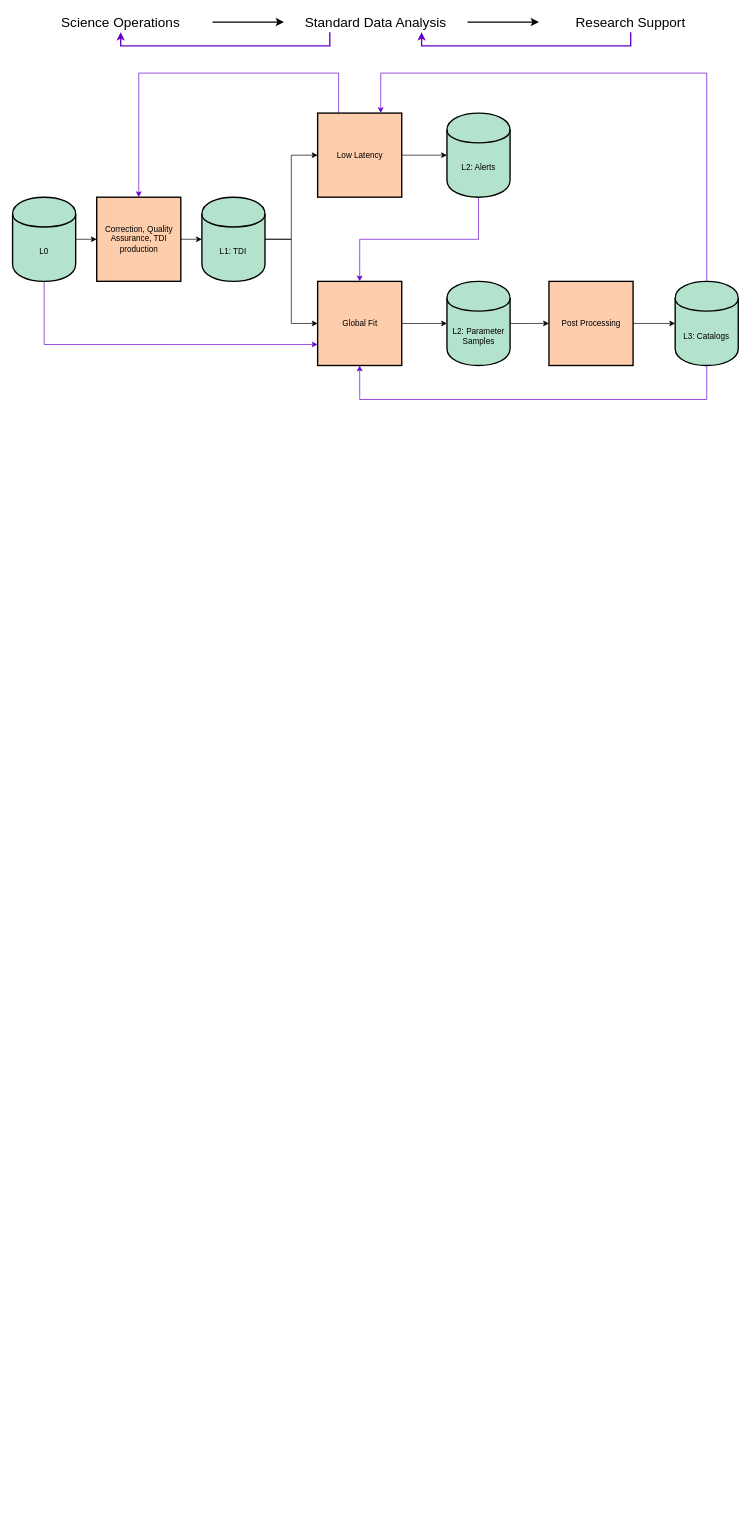
Before: page "Overview" (1 of 4) of LISADataFlow.drawio in tlittenberg/ldasoft, a draw.io diagram. Source tidied: cells renumbered, new cells numbered last; positions are measured from the earlier drawing's top-left corner, leaving out a move shared by most shapes. Both pictures are drawn from the tidied source at 68%, with x=0, y=0 at pixel (12, 12).
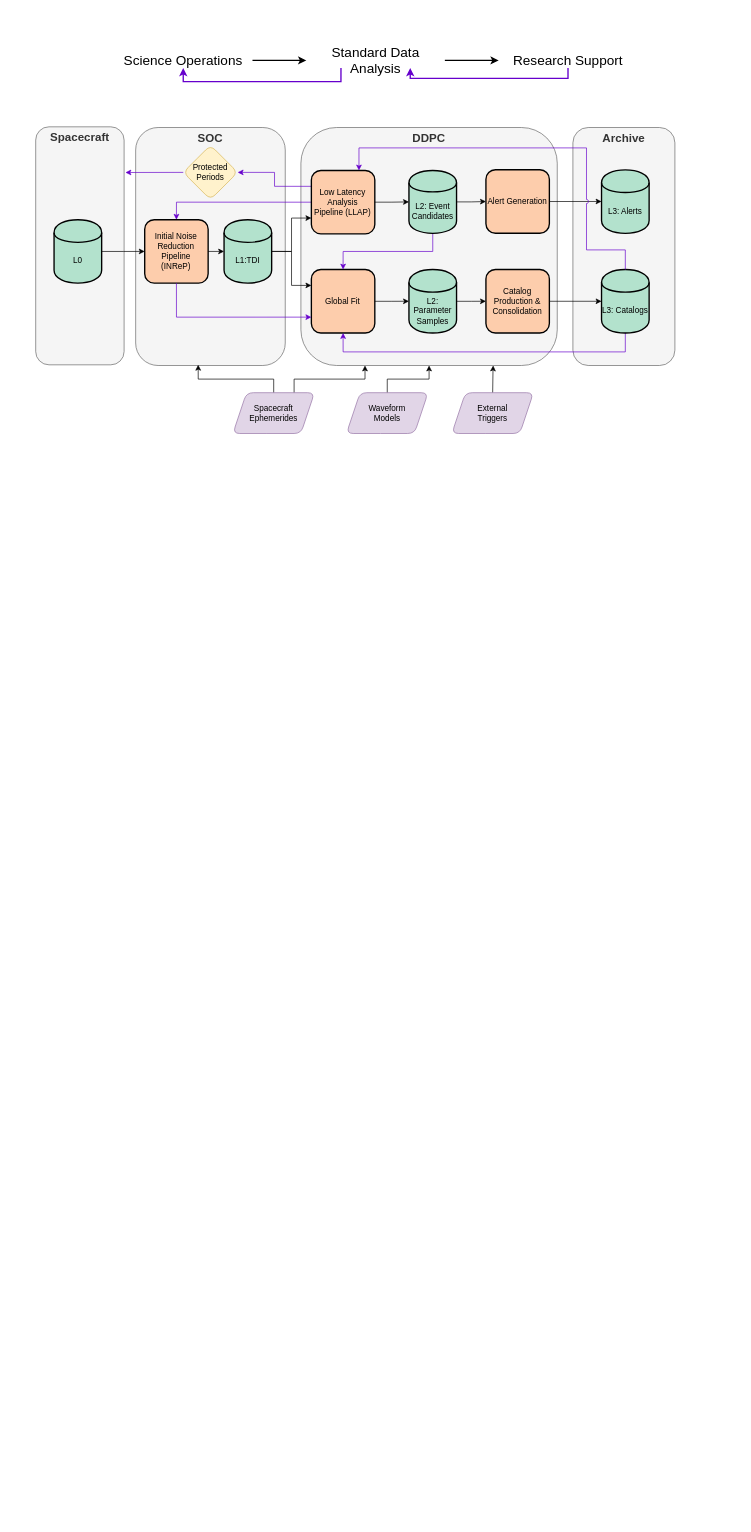
Above is the later version.

The edit, as a diff of the source:
```diff
@@
+    <mxCell id="32" value="Archive" style="rounded=1;whiteSpace=wrap;html=1;fillColor=#f5f5f5;strokeColor=#666666;fontColor=#333333;verticalAlign=top;fontSize=17;fontStyle=1;" parent="1" vertex="1">
+      <mxGeometry x="824" y="170" width="150" height="350" as="geometry" />
+    </mxCell>
+    <mxCell id="33" value="Spacecraft" style="rounded=1;whiteSpace=wrap;html=1;fillColor=#f5f5f5;strokeColor=#666666;fontColor=#333333;verticalAlign=top;fontSize=17;fontStyle=1;" parent="1" vertex="1">
+      <mxGeometry x="34" y="169" width="130" height="350" as="geometry" />
+    </mxCell>
@@
-    <mxCell id="3" style="edgeStyle=orthogonalEdgeStyle;rounded=0;jettySize=auto;html=1;entryX=0;entryY=0.5;entryDx=0;entryDy=0;fontSize=20;strokeColor=#000000;strokeWidth=2;" parent="1" edge="1" source="4" target="7">
-      <mxGeometry relative="1" as="geometry" />
-    </mxCell>
     <mxCell id="4" value="Science Operations" style="text;html=1;strokeColor=none;fillColor=none;align=center;verticalAlign=middle;whiteSpace=wrap;rounded=0;fontSize=20;" parent="1" vertex="1">
-      <mxGeometry x="24" width="270" height="30" as="geometry" />
+      <mxGeometry x="149.1" y="60" width="203.7" height="22.6" as="geometry" />
     </mxCell>
-    <mxCell id="5" style="edgeStyle=orthogonalEdgeStyle;rounded=0;jettySize=auto;html=1;entryX=0;entryY=0.5;entryDx=0;entryDy=0;fontSize=20;strokeColor=#000000;strokeWidth=2;" parent="1" edge="1" source="7" target="9">
-      <mxGeometry relative="1" as="geometry" />
-    </mxCell>
@@
     <mxCell id="7" value="Standard Data Analysis" style="text;html=1;strokeColor=none;fillColor=none;align=center;verticalAlign=middle;whiteSpace=wrap;rounded=0;fontSize=20;" parent="1" vertex="1">
-      <mxGeometry x="399" width="270" height="30" as="geometry" />
+      <mxGeometry x="432" y="60" width="203.7" height="22.6" as="geometry" />
     </mxCell>
+    <mxCell id="3" style="edgeStyle=orthogonalEdgeStyle;rounded=0;jettySize=auto;html=1;entryX=0;entryY=0.5;entryDx=0;entryDy=0;fontSize=20;strokeColor=#000000;strokeWidth=2;" parent="1" edge="1" source="4" target="7">
+      <mxGeometry relative="1" as="geometry" />
+    </mxCell>
     <mxCell id="8" style="edgeStyle=orthogonalEdgeStyle;rounded=0;jettySize=auto;html=1;entryX=0.75;entryY=1;entryDx=0;entryDy=0;fontSize=20;strokeColor=#6600CC;strokeWidth=2;" parent="1" edge="1" source="9" target="7">
       <mxGeometry relative="1" as="geometry">
         <Array as="points">
-          <mxPoint x="909" y="50" />
-          <mxPoint x="602" y="50" />
+          <mxPoint x="816.7" y="97.7" />
+          <mxPoint x="585.1" y="97.7" />
         </Array>
       </mxGeometry>
     </mxCell>
     <mxCell id="9" value="Research Support" style="text;html=1;strokeColor=none;fillColor=none;align=center;verticalAlign=middle;whiteSpace=wrap;rounded=0;fontSize=20;" parent="1" vertex="1">
-      <mxGeometry x="774" width="270" height="30" as="geometry" />
+      <mxGeometry x="714.9" y="60" width="203.7" height="22.6" as="geometry" />
     </mxCell>
+    <mxCell id="5" style="edgeStyle=orthogonalEdgeStyle;rounded=0;jettySize=auto;html=1;entryX=0;entryY=0.5;entryDx=0;entryDy=0;fontSize=20;strokeColor=#000000;strokeWidth=2;" parent="1" edge="1" source="7" target="9">
+      <mxGeometry relative="1" as="geometry" />
+    </mxCell>
+    <mxCell id="34" style="edgeStyle=orthogonalEdgeStyle;rounded=0;jumpStyle=arc;jettySize=auto;html=1;exitX=0.5;exitY=0;exitDx=0;exitDy=0;entryX=0.5;entryY=1;entryDx=0;entryDy=0;strokeColor=#000000;" parent="1" edge="1" source="35" target="38">
+      <mxGeometry relative="1" as="geometry" />
+    </mxCell>
+    <mxCell id="35" value="Waveform &lt;br&gt;Models" style="shape=parallelogram;perimeter=parallelogramPerimeter;whiteSpace=wrap;html=1;fixedSize=1;rounded=1;fillColor=#e1d5e7;strokeColor=#9673a6;" parent="1" vertex="1">
+      <mxGeometry x="491" y="560" width="120" height="60" as="geometry" />
+    </mxCell>
+    <mxCell id="36" style="edgeStyle=orthogonalEdgeStyle;rounded=0;jumpStyle=arc;jettySize=auto;html=1;exitX=0.5;exitY=0;exitDx=0;exitDy=0;entryX=0.75;entryY=1;entryDx=0;entryDy=0;strokeColor=#000000;" parent="1" edge="1" source="37" target="38">
+      <mxGeometry relative="1" as="geometry" />
+    </mxCell>
+    <mxCell id="37" value="External &lt;br&gt;Triggers" style="shape=parallelogram;perimeter=parallelogramPerimeter;whiteSpace=wrap;html=1;fixedSize=1;rounded=1;fillColor=#e1d5e7;strokeColor=#9673a6;" parent="1" vertex="1">
+      <mxGeometry x="646" y="560" width="120" height="60" as="geometry" />
+    </mxCell>
+    <mxCell id="38" value="DDPC" style="rounded=1;whiteSpace=wrap;html=1;fillColor=#f5f5f5;strokeColor=#666666;fontColor=#333333;verticalAlign=top;fontSize=17;fontStyle=1;" parent="1" vertex="1">
+      <mxGeometry x="424" y="170" width="377" height="350" as="geometry" />
+    </mxCell>
+    <mxCell id="39" value="SOC" style="rounded=1;whiteSpace=wrap;html=1;fillColor=#f5f5f5;strokeColor=#666666;fontColor=#333333;verticalAlign=top;fontSize=17;fontStyle=1;" parent="1" vertex="1">
+      <mxGeometry x="181" y="170" width="220" height="350" as="geometry" />
+    </mxCell>
-    <mxCell id="10" value="Correction, Quality Assurance, TDI production" style="whiteSpace=wrap;html=1;fillColor=#fdcdac;strokeWidth=2;" parent="1" vertex="1">
-      <mxGeometry x="123.7" y="272.5" width="123.7" height="123.7" as="geometry" />
+    <mxCell id="10" value="Initial Noise Reduction Pipeline &lt;br&gt;(INReP)" style="whiteSpace=wrap;html=1;fillColor=#fdcdac;strokeWidth=2;rounded=1;" parent="1" vertex="1">
+      <mxGeometry x="194.3" y="305.6" width="93.3" height="93.3" as="geometry" />
     </mxCell>
-    <mxCell id="11" value="Global Fit" style="whiteSpace=wrap;html=1;fillColor=#fdcdac;strokeWidth=2;" parent="1" vertex="1">
-      <mxGeometry x="448.6" y="396.3" width="123.7" height="123.7" as="geometry" />
+    <mxCell id="11" value="Global Fit" style="whiteSpace=wrap;html=1;fillColor=#fdcdac;strokeWidth=2;rounded=1;" parent="1" vertex="1">
+      <mxGeometry x="439.4" y="378.9" width="93.3" height="93.3" as="geometry" />
     </mxCell>
     <mxCell id="12" value="L2: Parameter Samples" style="shape=cylinder;whiteSpace=wrap;html=1;boundedLbl=1;backgroundOutline=1;fillColor=#b3e2cd;strokeWidth=2;" parent="1" vertex="1">
-      <mxGeometry x="638.8" y="396.3" width="92.8" height="123.7" as="geometry" />
+      <mxGeometry x="582.9" y="378.9" width="70" height="93.3" as="geometry" />
     </mxCell>
     <mxCell id="13" style="edgeStyle=orthogonalEdgeStyle;rounded=0;jettySize=auto;html=1;entryX=0;entryY=0.5;entryDx=0;entryDy=0;" parent="1" edge="1" source="11" target="12">
-      <mxGeometry x="16" y="160" as="geometry" />
+      <mxGeometry x="117" y="237.9" as="geometry" />
     </mxCell>
+    <mxCell id="15" style="edgeStyle=orthogonalEdgeStyle;rounded=0;jettySize=auto;html=1;entryX=0.5;entryY=0;entryDx=0;entryDy=0;exitX=0.5;exitY=1;exitDx=0;exitDy=0;strokeColor=#6600CC;" parent="1" edge="1" source="17" target="11">
+      <mxGeometry x="117" y="237.9" as="geometry" />
+    </mxCell>
+    <mxCell id="40" style="edgeStyle=orthogonalEdgeStyle;rounded=0;jumpStyle=arc;jettySize=auto;html=1;exitX=0;exitY=0.25;exitDx=0;exitDy=0;strokeColor=#6600CC;fontSize=12;fontColor=#6600CC;" parent="1" edge="1" source="16" target="50">
+      <mxGeometry relative="1" as="geometry" />
+    </mxCell>
-    <mxCell id="14" style="edgeStyle=orthogonalEdgeStyle;rounded=0;jettySize=auto;html=1;entryX=0.5;entryY=0;entryDx=0;entryDy=0;exitX=0.25;exitY=0;exitDx=0;exitDy=0;strokeColor=#6600CC;" parent="1" edge="1" source="16" target="10">
-      <mxGeometry x="16" y="160" as="geometry">
-        <Array as="points">
-          <mxPoint x="479.5" y="90" />
-          <mxPoint x="185.6" y="90" />
-        </Array>
-      </mxGeometry>
+    <mxCell id="14" style="edgeStyle=orthogonalEdgeStyle;rounded=0;jumpStyle=arc;jettySize=auto;html=1;exitX=0;exitY=0.5;exitDx=0;exitDy=0;entryX=0.5;entryY=0;entryDx=0;entryDy=0;strokeColor=#6600CC;fontSize=12;fontColor=#6600CC;" parent="1" edge="1" source="16" target="10">
+      <mxGeometry relative="1" as="geometry" />
     </mxCell>
-    <mxCell id="15" style="edgeStyle=orthogonalEdgeStyle;rounded=0;jettySize=auto;html=1;entryX=0.5;entryY=0;entryDx=0;entryDy=0;exitX=0.5;exitY=1;exitDx=0;exitDy=0;strokeColor=#6600CC;" parent="1" edge="1" source="17" target="11">
-      <mxGeometry x="16" y="160" as="geometry" />
-    </mxCell>
-    <mxCell id="16" value="Low Latency" style="whiteSpace=wrap;html=1;fillColor=#fdcdac;strokeWidth=2;" parent="1" vertex="1">
-      <mxGeometry x="448.6" y="148.8" width="123.7" height="123.7" as="geometry" />
+    <mxCell id="16" value="Low Latency Analysis &lt;br&gt;Pipeline (LLAP)" style="whiteSpace=wrap;html=1;fillColor=#fdcdac;strokeWidth=2;rounded=1;" parent="1" vertex="1">
+      <mxGeometry x="439.4" y="233.2" width="93.3" height="93.3" as="geometry" />
     </mxCell>
-    <mxCell id="17" value="L2: Alerts" style="shape=cylinder;whiteSpace=wrap;html=1;boundedLbl=1;backgroundOutline=1;fillColor=#b3e2cd;strokeWidth=2;" parent="1" vertex="1">
-      <mxGeometry x="638.8" y="148.8" width="92.8" height="123.7" as="geometry" />
+    <mxCell id="17" value="L2:&amp;nbsp;Event Candidates" style="shape=cylinder;whiteSpace=wrap;html=1;boundedLbl=1;backgroundOutline=1;fillColor=#b3e2cd;strokeWidth=2;" parent="1" vertex="1">
+      <mxGeometry x="582.9" y="233.2" width="70" height="92.4" as="geometry" />
     </mxCell>
     <mxCell id="18" style="edgeStyle=orthogonalEdgeStyle;rounded=0;jettySize=auto;html=1;entryX=0;entryY=0.5;entryDx=0;entryDy=0;" parent="1" edge="1" source="16" target="17">
-      <mxGeometry x="16" y="160" as="geometry" />
+      <mxGeometry x="117" y="237.9" as="geometry" />
     </mxCell>
-    <mxCell id="19" style="edgeStyle=orthogonalEdgeStyle;rounded=0;jettySize=auto;html=1;entryX=0.75;entryY=0;entryDx=0;entryDy=0;exitX=0.5;exitY=0;exitDx=0;exitDy=0;strokeColor=#6600CC;" parent="1" edge="1" source="23" target="16">
-      <mxGeometry x="16" y="160" as="geometry">
-        <Array as="points">
-          <mxPoint x="1021" y="90" />
-          <mxPoint x="541" y="90" />
-        </Array>
-      </mxGeometry>
-    </mxCell>
-    <mxCell id="20" value="Post Processing" style="whiteSpace=wrap;html=1;fillColor=#fdcdac;strokeWidth=2;" parent="1" vertex="1">
-      <mxGeometry x="788.8" y="396.3" width="123.7" height="123.7" as="geometry" />
+    <mxCell id="20" value="Catalog Production &amp;amp; Consolidation" style="whiteSpace=wrap;html=1;fillColor=#fdcdac;strokeWidth=2;rounded=1;" parent="1" vertex="1">
+      <mxGeometry x="696.1" y="378.9" width="93.3" height="93.3" as="geometry" />
     </mxCell>
     <mxCell id="21" style="edgeStyle=orthogonalEdgeStyle;rounded=0;jettySize=auto;html=1;entryX=0;entryY=0.5;entryDx=0;entryDy=0;" parent="1" edge="1" source="12" target="20">
-      <mxGeometry x="16" y="160" as="geometry" />
+      <mxGeometry x="117" y="237.9" as="geometry" />
     </mxCell>
-    <mxCell id="22" style="edgeStyle=orthogonalEdgeStyle;rounded=0;jettySize=auto;html=1;entryX=0.5;entryY=1;entryDx=0;entryDy=0;fontSize=20;strokeColor=#6600CC;" parent="1" edge="1" source="23" target="11">
-      <mxGeometry x="16" y="160" as="geometry">
+    <mxCell id="22" style="edgeStyle=orthogonalEdgeStyle;rounded=0;jettySize=auto;html=1;entryX=0.5;entryY=1;entryDx=0;entryDy=0;fontSize=20;strokeColor=#6600CC;exitX=0.5;exitY=1;exitDx=0;exitDy=0;" parent="1" edge="1" source="23" target="11">
+      <mxGeometry x="117" y="237.9" as="geometry">
         <Array as="points">
-          <mxPoint x="1021" y="570" />
-          <mxPoint x="510" y="570" />
+          <mxPoint x="901" y="500" />
+          <mxPoint x="486" y="500" />
         </Array>
       </mxGeometry>
     </mxCell>
     <mxCell id="23" value="L3: Catalogs" style="shape=cylinder;whiteSpace=wrap;html=1;boundedLbl=1;backgroundOutline=1;fillColor=#b3e2cd;strokeWidth=2;" parent="1" vertex="1">
-      <mxGeometry x="974.4" y="396.3" width="92.8" height="123.7" as="geometry" />
+      <mxGeometry x="866.1" y="378.9" width="70" height="93.3" as="geometry" />
     </mxCell>
     <mxCell id="24" style="edgeStyle=orthogonalEdgeStyle;rounded=0;jettySize=auto;html=1;exitX=1;exitY=0.5;exitDx=0;exitDy=0;entryX=0;entryY=0.5;entryDx=0;entryDy=0;" parent="1" edge="1" source="20" target="23">
-      <mxGeometry x="16" y="160" as="geometry" />
+      <mxGeometry x="117" y="237.9" as="geometry" />
     </mxCell>
-    <mxCell id="25" style="edgeStyle=orthogonalEdgeStyle;rounded=0;jettySize=auto;html=1;exitX=1;exitY=0.5;exitDx=0;exitDy=0;entryX=0;entryY=0.5;entryDx=0;entryDy=0;" parent="1" edge="1" source="27" target="16">
-      <mxGeometry x="16" y="160" as="geometry" />
+    <mxCell id="25" style="edgeStyle=orthogonalEdgeStyle;rounded=0;jettySize=auto;html=1;exitX=1;exitY=0.5;exitDx=0;exitDy=0;entryX=0;entryY=0.75;entryDx=0;entryDy=0;" parent="1" edge="1" source="27" target="16">
+      <mxGeometry x="117" y="237.9" as="geometry" />
     </mxCell>
-    <mxCell id="26" style="edgeStyle=orthogonalEdgeStyle;rounded=0;jettySize=auto;html=1;exitX=1;exitY=0.5;exitDx=0;exitDy=0;entryX=0;entryY=0.5;entryDx=0;entryDy=0;" parent="1" edge="1" source="27" target="11">
-      <mxGeometry x="16" y="160" as="geometry" />
+    <mxCell id="26" style="edgeStyle=orthogonalEdgeStyle;rounded=0;jumpStyle=arc;jettySize=auto;html=1;exitX=1;exitY=0.5;exitDx=0;exitDy=0;entryX=0;entryY=0.25;entryDx=0;entryDy=0;" parent="1" edge="1" source="27" target="11">
+      <mxGeometry relative="1" as="geometry" />
     </mxCell>
-    <mxCell id="27" value="L1: TDI" style="shape=cylinder;whiteSpace=wrap;html=1;boundedLbl=1;backgroundOutline=1;fillColor=#b3e2cd;strokeWidth=2;" parent="1" vertex="1">
-      <mxGeometry x="278.4" y="272.5" width="92.8" height="123.7" as="geometry" />
+    <mxCell id="27" value="L1:TDI" style="shape=cylinder;whiteSpace=wrap;html=1;boundedLbl=1;backgroundOutline=1;fillColor=#b3e2cd;strokeWidth=2;" parent="1" vertex="1">
+      <mxGeometry x="311" y="305.6" width="70" height="93.3" as="geometry" />
     </mxCell>
     <mxCell id="28" style="edgeStyle=orthogonalEdgeStyle;rounded=0;jettySize=auto;html=1;exitX=1;exitY=0.5;exitDx=0;exitDy=0;entryX=0;entryY=0.5;entryDx=0;entryDy=0;" parent="1" edge="1" source="10" target="27">
-      <mxGeometry x="16" y="160" as="geometry" />
+      <mxGeometry x="117" y="237.9" as="geometry" />
     </mxCell>
     <mxCell id="29" style="edgeStyle=orthogonalEdgeStyle;rounded=0;jettySize=auto;html=1;entryX=0;entryY=0.5;entryDx=0;entryDy=0;" parent="1" edge="1" source="31" target="10">
-      <mxGeometry x="16" y="160" as="geometry" />
+      <mxGeometry x="117" y="237.9" as="geometry" />
     </mxCell>
-    <mxCell id="30" style="edgeStyle=orthogonalEdgeStyle;rounded=0;jettySize=auto;html=1;entryX=0;entryY=0.75;entryDx=0;entryDy=0;fontSize=24;strokeColor=#6600CC;" parent="1" edge="1" source="31" target="11">
-      <mxGeometry x="16" y="160" as="geometry">
-        <Array as="points">
-          <mxPoint x="46" y="489" />
-        </Array>
-      </mxGeometry>
-    </mxCell>
+    <mxCell id="41" style="edgeStyle=orthogonalEdgeStyle;rounded=0;jumpStyle=arc;jettySize=auto;html=1;exitX=0.5;exitY=1;exitDx=0;exitDy=0;entryX=0;entryY=0.75;entryDx=0;entryDy=0;fillColor=#6a00ff;strokeColor=#6600CC;" parent="1" edge="1" source="10" target="11">
+      <mxGeometry relative="1" as="geometry" />
+    </mxCell>
     <mxCell id="31" value="L0" style="shape=cylinder;whiteSpace=wrap;html=1;boundedLbl=1;backgroundOutline=1;fillColor=#b3e2cd;strokeWidth=2;" parent="1" vertex="1">
-      <mxGeometry y="272.5" width="92.8" height="123.7" as="geometry" />
+      <mxGeometry x="61" y="305.6" width="70" height="93.3" as="geometry" />
     </mxCell>
+    <mxCell id="42" value="L3: Alerts" style="shape=cylinder;whiteSpace=wrap;html=1;boundedLbl=1;backgroundOutline=1;fillColor=#b3e2cd;strokeWidth=2;" parent="1" vertex="1">
+      <mxGeometry x="866.1" y="232.4" width="70" height="93.3" as="geometry" />
+    </mxCell>
+    <mxCell id="43" value="Alert Generation" style="whiteSpace=wrap;html=1;fillColor=#fdcdac;strokeWidth=2;rounded=1;" parent="1" vertex="1">
+      <mxGeometry x="696.1" y="232.2" width="93.3" height="93.3" as="geometry" />
+    </mxCell>
+    <mxCell id="44" style="edgeStyle=orthogonalEdgeStyle;rounded=0;jettySize=auto;html=1;exitX=1;exitY=0.5;exitDx=0;exitDy=0;jumpStyle=arc;" parent="1" edge="1" source="43" target="42">
+      <mxGeometry relative="1" as="geometry">
+        <Array as="points">
+          <mxPoint x="794" y="279" />
+          <mxPoint x="794" y="279" />
+        </Array>
+      </mxGeometry>
+    </mxCell>
+    <mxCell id="45" style="edgeStyle=orthogonalEdgeStyle;rounded=0;jettySize=auto;html=1;exitX=1;exitY=0.5;exitDx=0;exitDy=0;entryX=0;entryY=0.5;entryDx=0;entryDy=0;" parent="1" edge="1" source="17" target="43">
+      <mxGeometry relative="1" as="geometry" />
+    </mxCell>
+    <mxCell id="19" style="edgeStyle=orthogonalEdgeStyle;rounded=0;jettySize=auto;html=1;entryX=0.75;entryY=0;entryDx=0;entryDy=0;exitX=0.5;exitY=0;exitDx=0;exitDy=0;strokeColor=#6600CC;jumpStyle=arc;" parent="1" edge="1" source="23" target="16">
+      <mxGeometry x="117" y="237.9" as="geometry">
+        <Array as="points">
+          <mxPoint x="901" y="350" />
+          <mxPoint x="844" y="350" />
+          <mxPoint x="844" y="200" />
+          <mxPoint x="509" y="200" />
+        </Array>
+      </mxGeometry>
+    </mxCell>
+    <mxCell id="46" style="edgeStyle=orthogonalEdgeStyle;rounded=0;jumpStyle=arc;jettySize=auto;html=1;exitX=0.5;exitY=0;exitDx=0;exitDy=0;entryX=0.418;entryY=0.997;entryDx=0;entryDy=0;entryPerimeter=0;strokeColor=#000000;" parent="1" edge="1" source="48" target="39">
+      <mxGeometry relative="1" as="geometry">
+        <Array as="points">
+          <mxPoint x="384" y="540" />
+          <mxPoint x="273" y="540" />
+        </Array>
+      </mxGeometry>
+    </mxCell>
+    <mxCell id="47" style="edgeStyle=orthogonalEdgeStyle;rounded=0;jumpStyle=arc;jettySize=auto;html=1;exitX=0.75;exitY=0;exitDx=0;exitDy=0;entryX=0.25;entryY=1;entryDx=0;entryDy=0;strokeColor=#000000;" parent="1" edge="1" source="48" target="38">
+      <mxGeometry relative="1" as="geometry" />
+    </mxCell>
+    <mxCell id="48" value="Spacecraft Ephemerides" style="shape=parallelogram;perimeter=parallelogramPerimeter;whiteSpace=wrap;html=1;fixedSize=1;rounded=1;fillColor=#e1d5e7;strokeColor=#9673a6;" parent="1" vertex="1">
+      <mxGeometry x="324" y="560" width="120" height="60" as="geometry" />
+    </mxCell>
+    <mxCell id="49" style="edgeStyle=orthogonalEdgeStyle;rounded=0;jumpStyle=arc;jettySize=auto;html=1;exitX=0;exitY=0.5;exitDx=0;exitDy=0;strokeColor=#6600CC;fontSize=12;fontColor=#6600CC;entryX=1.015;entryY=0.192;entryDx=0;entryDy=0;entryPerimeter=0;" parent="1" edge="1" source="50" target="33">
+      <mxGeometry relative="1" as="geometry" />
+    </mxCell>
+    <mxCell id="50" value="Protected Periods" style="rhombus;whiteSpace=wrap;html=1;rounded=1;fontSize=12;fillColor=#fff2cc;strokeColor=#d6b656;" parent="1" vertex="1">
+      <mxGeometry x="251" y="196" width="80" height="80" as="geometry" />
+    </mxCell>
```
